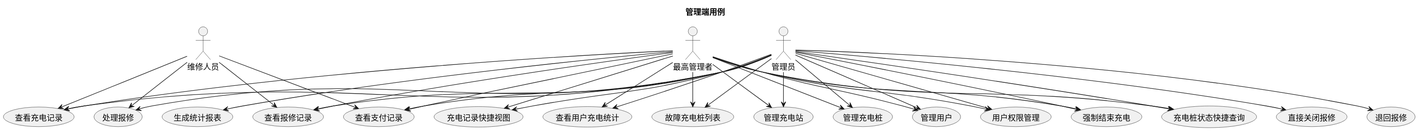
greenhandzdl/charging-station-doc keeps this PlantUML diagram as usecase/docs/overview/img/admin_usecases.svg. Above is the earlier version.
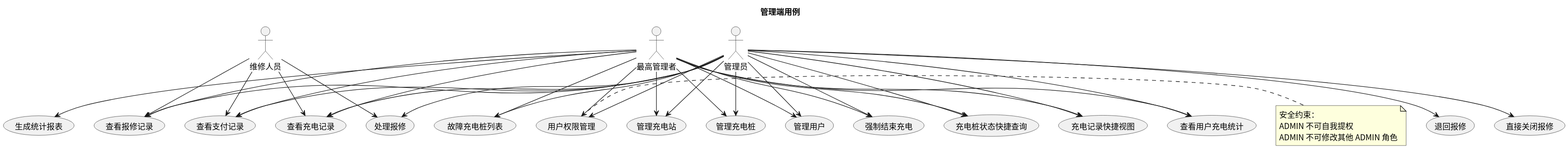
The same file after the commit.

What changed in the source:
```diff
@@ -12,6 +12,7 @@
 usecase "管理充电桩" as MC
 usecase "管理用户" as MU
 usecase "用户权限管理" as PM
+note right of PM : 安全约束：\nADMIN 不可自我提权\nADMIN 不可修改其他 ADMIN 角色
 usecase "处理报修" as HR
 usecase "直接关闭报修" as DCR
 usecase "查看报修记录" as VR
```
